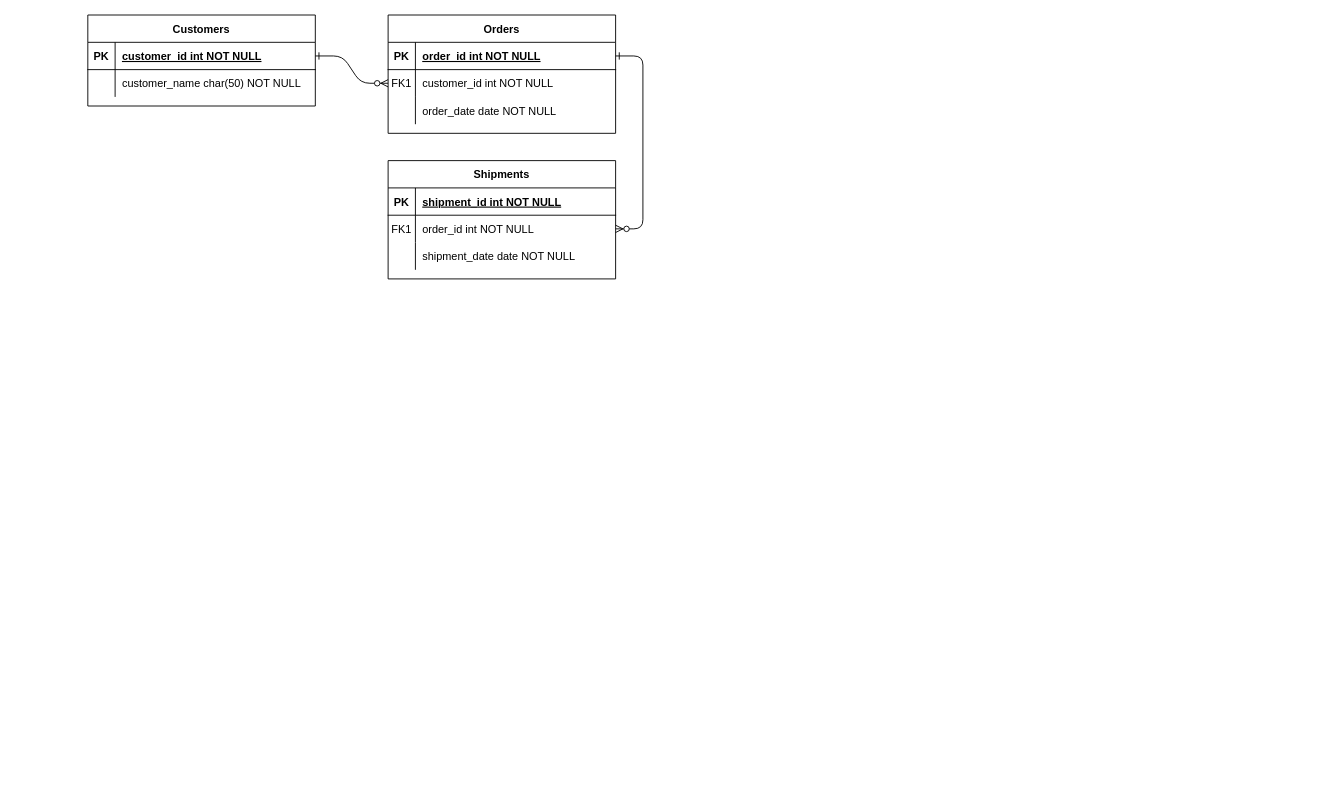
Before: Untitled Diagram.drawio in shabs21/nestjs-RESTAPI, a draw.io diagram. Source tidied: cells renumbered, new cells numbered last; positions are measured from the earlier drawing's top-left corner, leaving out a move shared by most shapes. Both pictures are drawn from the tidied source at 91%, with x=0, y=0 at pixel (87, 15).
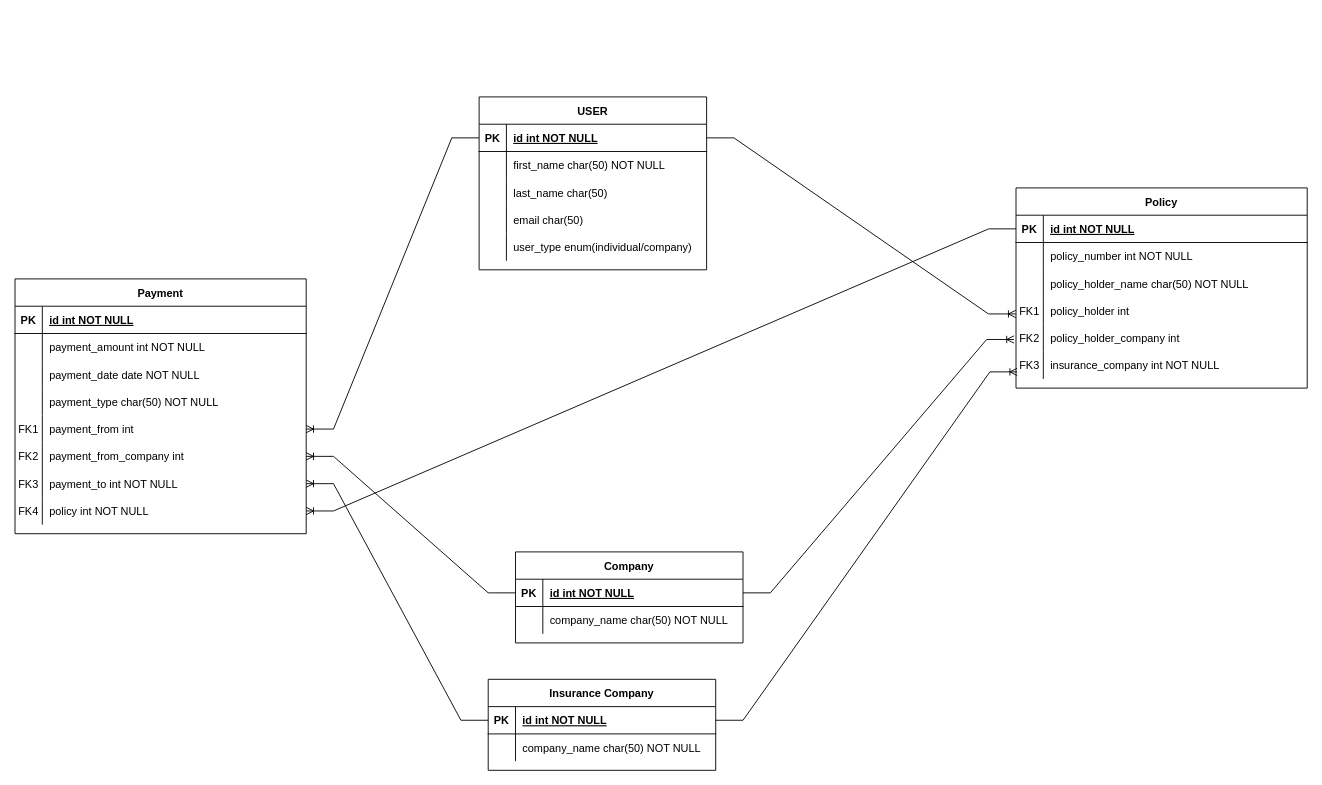
The same diagram, later.

Unchanged cells that the change refers to:
```xml
<mxCell id="5" style="shape=partialRectangle;fillColor=none;points=[[0,0.5],[1,0.5]];portConstraint=eastwest;top=0;left=0;right=0;bottom=1;" parent="4" vertex="1">
  <mxGeometry y="30" width="250" height="30" as="geometry" />
</mxCell>
<mxCell id="8" style="shape=partialRectangle;fillColor=none;points=[[0,0.5],[1,0.5]];portConstraint=eastwest;top=0;left=0;right=0;bottom=0;" parent="4" vertex="1">
  <mxGeometry y="60" width="250" height="30" as="geometry" />
</mxCell>
<mxCell id="25" style="shape=partialRectangle;fillColor=none;points=[[0,0.5],[1,0.5]];portConstraint=eastwest;top=0;left=0;right=0;bottom=1;" parent="24" vertex="1">
  <mxGeometry y="30" width="250" height="30" as="geometry" />
</mxCell>
<mxCell id="28" style="shape=partialRectangle;fillColor=none;top=0;left=0;right=0;bottom=0;" parent="24" vertex="1">
  <mxGeometry y="60" width="250" height="30" as="geometry" />
</mxCell>
```

Diff of the diagram source:
```diff
@@
-    <mxCell id="2" style="edgeStyle=entityRelationEdgeStyle;endArrow=ERzeroToMany;startArrow=ERone;endFill=1;startFill=0;" parent="1" edge="1" source="25" target="8">
-      <mxGeometry relative="1" as="geometry" />
-    </mxCell>
-    <mxCell id="3" style="edgeStyle=entityRelationEdgeStyle;endArrow=ERzeroToMany;startArrow=ERone;endFill=1;startFill=0;" parent="1" edge="1" source="5" target="18">
-      <mxGeometry relative="1" as="geometry" />
-    </mxCell>
-    <mxCell id="4" value="Orders" style="shape=table;startSize=30;childLayout=tableLayout;rowLines=0;fontStyle=1;align=center;" parent="1" vertex="1">
-      <mxGeometry x="330" width="250" height="130" as="geometry" />
+    <mxCell id="4" value="Insurance Company" style="shape=table;startSize=30;childLayout=tableLayout;rowLines=0;fontStyle=1;align=center;" parent="1" vertex="1">
+      <mxGeometry x="440" y="730" width="250" height="100" as="geometry" />
     </mxCell>
@@
-    <mxCell id="7" value="order_id int NOT NULL " style="shape=partialRectangle;overflow=hidden;fillColor=none;top=0;left=0;bottom=0;right=0;align=left;spacingLeft=6;fontStyle=5;" parent="5" vertex="1">
+    <mxCell id="7" value="id int NOT NULL " style="shape=partialRectangle;overflow=hidden;fillColor=none;top=0;left=0;bottom=0;right=0;align=left;spacingLeft=6;fontStyle=5;" parent="5" vertex="1">
       <mxGeometry x="30" width="220" height="30" as="geometry" />
     </mxCell>
@@
-    <mxCell id="9" value="FK1" style="shape=partialRectangle;overflow=hidden;fillColor=none;top=0;left=0;bottom=0;right=0;" parent="8" vertex="1">
+    <mxCell id="9" style="shape=partialRectangle;overflow=hidden;fillColor=none;top=0;left=0;bottom=0;right=0;" parent="8" vertex="1">
       <mxGeometry width="30" height="30" as="geometry" />
     </mxCell>
-    <mxCell id="10" value="customer_id int NOT NULL" style="shape=partialRectangle;overflow=hidden;fillColor=none;top=0;left=0;bottom=0;right=0;align=left;spacingLeft=6;" parent="8" vertex="1">
+    <mxCell id="10" value="company_name char(50) NOT NULL" style="shape=partialRectangle;overflow=hidden;fillColor=none;top=0;left=0;bottom=0;right=0;align=left;spacingLeft=6;" parent="8" vertex="1">
       <mxGeometry x="30" width="220" height="30" as="geometry" />
     </mxCell>
-    <mxCell id="11" style="shape=partialRectangle;fillColor=none;top=0;left=0;right=0;bottom=0;" parent="4" vertex="1">
-      <mxGeometry y="90" width="250" height="30" as="geometry" />
-    </mxCell>
-    <mxCell id="12" style="shape=partialRectangle;overflow=hidden;fillColor=none;top=0;left=0;bottom=0;right=0;" parent="11" vertex="1">
-      <mxGeometry width="30" height="30" as="geometry" />
-    </mxCell>
-    <mxCell id="13" value="order_date date NOT NULL" style="shape=partialRectangle;overflow=hidden;fillColor=none;top=0;left=0;bottom=0;right=0;align=left;spacingLeft=6;" parent="11" vertex="1">
-      <mxGeometry x="30" width="220" height="30" as="geometry" />
-    </mxCell>
-    <mxCell id="14" value="Shipments" style="shape=table;startSize=30;childLayout=tableLayout;rowLines=0;fontStyle=1;align=center;" parent="1" vertex="1">
-      <mxGeometry x="330" y="160" width="250" height="130" as="geometry" />
+    <mxCell id="14" value="Policy" style="shape=table;startSize=30;childLayout=tableLayout;rowLines=0;fontStyle=1;align=center;" parent="1" vertex="1">
+      <mxGeometry x="1020" y="190" width="320" height="220" as="geometry" />
     </mxCell>
     <mxCell id="15" style="shape=partialRectangle;fillColor=none;points=[[0,0.5],[1,0.5]];portConstraint=eastwest;top=0;left=0;right=0;bottom=1;" parent="14" vertex="1">
-      <mxGeometry y="30" width="250" height="30" as="geometry" />
+      <mxGeometry y="30" width="320" height="30" as="geometry" />
     </mxCell>
@@
-    <mxCell id="17" value="shipment_id int NOT NULL " style="shape=partialRectangle;overflow=hidden;fillColor=none;top=0;left=0;bottom=0;right=0;align=left;spacingLeft=6;fontStyle=5;" parent="15" vertex="1">
-      <mxGeometry x="30" width="220" height="30" as="geometry" />
+    <mxCell id="17" value="id int NOT NULL " style="shape=partialRectangle;overflow=hidden;fillColor=none;top=0;left=0;bottom=0;right=0;align=left;spacingLeft=6;fontStyle=5;" parent="15" vertex="1">
+      <mxGeometry x="30" width="290" height="30" as="geometry" />
     </mxCell>
     <mxCell id="18" style="shape=partialRectangle;fillColor=none;points=[[0,0.5],[1,0.5]];portConstraint=eastwest;top=0;left=0;right=0;bottom=0;" parent="14" vertex="1">
-      <mxGeometry y="60" width="250" height="30" as="geometry" />
+      <mxGeometry y="60" width="320" height="30" as="geometry" />
     </mxCell>
-    <mxCell id="19" value="FK1" style="shape=partialRectangle;overflow=hidden;fillColor=none;top=0;left=0;bottom=0;right=0;" parent="18" vertex="1">
+    <mxCell id="19" style="shape=partialRectangle;overflow=hidden;fillColor=none;top=0;left=0;bottom=0;right=0;" parent="18" vertex="1">
       <mxGeometry width="30" height="30" as="geometry" />
     </mxCell>
-    <mxCell id="20" value="order_id int NOT NULL" style="shape=partialRectangle;overflow=hidden;fillColor=none;top=0;left=0;bottom=0;right=0;align=left;spacingLeft=6;" parent="18" vertex="1">
-      <mxGeometry x="30" width="220" height="30" as="geometry" />
+    <mxCell id="20" value="policy_number int NOT NULL" style="shape=partialRectangle;overflow=hidden;fillColor=none;top=0;left=0;bottom=0;right=0;align=left;spacingLeft=6;" parent="18" vertex="1">
+      <mxGeometry x="30" width="290" height="30" as="geometry" />
     </mxCell>
     <mxCell id="21" style="shape=partialRectangle;fillColor=none;top=0;left=0;right=0;bottom=0;" parent="14" vertex="1">
-      <mxGeometry y="90" width="250" height="30" as="geometry" />
+      <mxGeometry y="90" width="320" height="30" as="geometry" />
     </mxCell>
@@
-    <mxCell id="23" value="shipment_date date NOT NULL" style="shape=partialRectangle;overflow=hidden;fillColor=none;top=0;left=0;bottom=0;right=0;align=left;spacingLeft=6;" parent="21" vertex="1">
-      <mxGeometry x="30" width="220" height="30" as="geometry" />
+    <mxCell id="23" value="policy_holder_name char(50) NOT NULL" style="shape=partialRectangle;overflow=hidden;fillColor=none;top=0;left=0;bottom=0;right=0;align=left;spacingLeft=6;" parent="21" vertex="1">
+      <mxGeometry x="30" width="290" height="30" as="geometry" />
     </mxCell>
+    <mxCell id="31" style="shape=partialRectangle;fillColor=none;points=[[0,0.5],[1,0.5]];portConstraint=eastwest;top=0;left=0;right=0;bottom=0;" parent="14" vertex="1">
+      <mxGeometry y="120" width="320" height="30" as="geometry" />
+    </mxCell>
+    <mxCell id="32" value="FK1" style="shape=partialRectangle;overflow=hidden;fillColor=none;top=0;left=0;bottom=0;right=0;" parent="31" vertex="1">
+      <mxGeometry width="30" height="30" as="geometry" />
+    </mxCell>
+    <mxCell id="33" value="policy_holder int" style="shape=partialRectangle;overflow=hidden;fillColor=none;top=0;left=0;bottom=0;right=0;align=left;spacingLeft=6;" parent="31" vertex="1">
+      <mxGeometry x="30" width="290" height="30" as="geometry" />
+    </mxCell>
+    <mxCell id="34" style="shape=partialRectangle;fillColor=none;points=[[0,0.5],[1,0.5]];portConstraint=eastwest;top=0;left=0;right=0;bottom=0;" parent="14" vertex="1">
+      <mxGeometry y="150" width="320" height="30" as="geometry" />
+    </mxCell>
+    <mxCell id="35" value="FK2" style="shape=partialRectangle;overflow=hidden;fillColor=none;top=0;left=0;bottom=0;right=0;" parent="34" vertex="1">
+      <mxGeometry width="30" height="30" as="geometry" />
+    </mxCell>
+    <mxCell id="36" value="policy_holder_company int" style="shape=partialRectangle;overflow=hidden;fillColor=none;top=0;left=0;bottom=0;right=0;align=left;spacingLeft=6;" parent="34" vertex="1">
+      <mxGeometry x="30" width="290" height="30" as="geometry" />
+    </mxCell>
+    <mxCell id="37" style="shape=partialRectangle;fillColor=none;points=[[0,0.5],[1,0.5]];portConstraint=eastwest;top=0;left=0;right=0;bottom=0;" parent="14" vertex="1">
+      <mxGeometry y="180" width="320" height="30" as="geometry" />
+    </mxCell>
+    <mxCell id="38" value="FK3" style="shape=partialRectangle;overflow=hidden;fillColor=none;top=0;left=0;bottom=0;right=0;" parent="37" vertex="1">
+      <mxGeometry width="30" height="30" as="geometry" />
+    </mxCell>
+    <mxCell id="39" value="insurance_company int NOT NULL" style="shape=partialRectangle;overflow=hidden;fillColor=none;top=0;left=0;bottom=0;right=0;align=left;spacingLeft=6;" parent="37" vertex="1">
+      <mxGeometry x="30" width="290" height="30" as="geometry" />
+    </mxCell>
-    <mxCell id="24" value="Customers" style="shape=table;startSize=30;childLayout=tableLayout;rowLines=0;fontStyle=1;align=center;" parent="1" vertex="1">
-      <mxGeometry width="250" height="100" as="geometry" />
+    <mxCell id="24" value="USER" style="shape=table;startSize=30;childLayout=tableLayout;rowLines=0;fontStyle=1;align=center;" parent="1" vertex="1">
+      <mxGeometry x="430" y="90" width="250" height="190" as="geometry" />
     </mxCell>
@@
-    <mxCell id="27" value="customer_id int NOT NULL " style="shape=partialRectangle;overflow=hidden;fillColor=none;top=0;left=0;bottom=0;right=0;align=left;spacingLeft=6;fontStyle=5;" parent="25" vertex="1">
+    <mxCell id="27" value="id int NOT NULL " style="shape=partialRectangle;overflow=hidden;fillColor=none;top=0;left=0;bottom=0;right=0;align=left;spacingLeft=6;fontStyle=5;" parent="25" vertex="1">
       <mxGeometry x="30" width="220" height="30" as="geometry" />
     </mxCell>
@@
-    <mxCell id="30" value="customer_name char(50) NOT NULL" style="shape=partialRectangle;overflow=hidden;fillColor=none;top=0;left=0;bottom=0;right=0;align=left;spacingLeft=6;" parent="28" vertex="1">
+    <mxCell id="30" value="first_name char(50) NOT NULL" style="shape=partialRectangle;overflow=hidden;fillColor=none;top=0;left=0;bottom=0;right=0;align=left;spacingLeft=6;" parent="28" vertex="1">
       <mxGeometry x="30" width="220" height="30" as="geometry" />
     </mxCell>
+    <mxCell id="11" style="shape=partialRectangle;fillColor=none;top=0;left=0;right=0;bottom=0;" parent="24" vertex="1">
+      <mxGeometry y="90" width="250" height="30" as="geometry" />
+    </mxCell>
+    <mxCell id="40" style="shape=partialRectangle;overflow=hidden;fillColor=none;top=0;left=0;bottom=0;right=0;" parent="11" vertex="1">
+      <mxGeometry width="30" height="30" as="geometry" />
+    </mxCell>
+    <mxCell id="41" value="last_name char(50)" style="shape=partialRectangle;overflow=hidden;fillColor=none;top=0;left=0;bottom=0;right=0;align=left;spacingLeft=6;" parent="11" vertex="1">
+      <mxGeometry x="30" width="220" height="30" as="geometry" />
+    </mxCell>
+    <mxCell id="42" style="shape=partialRectangle;fillColor=none;top=0;left=0;right=0;bottom=0;" parent="24" vertex="1">
+      <mxGeometry y="120" width="250" height="30" as="geometry" />
+    </mxCell>
+    <mxCell id="43" style="shape=partialRectangle;overflow=hidden;fillColor=none;top=0;left=0;bottom=0;right=0;" parent="42" vertex="1">
+      <mxGeometry width="30" height="30" as="geometry" />
+    </mxCell>
+    <mxCell id="44" value="email char(50)" style="shape=partialRectangle;overflow=hidden;fillColor=none;top=0;left=0;bottom=0;right=0;align=left;spacingLeft=6;" parent="42" vertex="1">
+      <mxGeometry x="30" width="220" height="30" as="geometry" />
+    </mxCell>
+    <mxCell id="45" style="shape=partialRectangle;fillColor=none;top=0;left=0;right=0;bottom=0;" parent="24" vertex="1">
+      <mxGeometry y="150" width="250" height="30" as="geometry" />
+    </mxCell>
+    <mxCell id="46" style="shape=partialRectangle;overflow=hidden;fillColor=none;top=0;left=0;bottom=0;right=0;" parent="45" vertex="1">
+      <mxGeometry width="30" height="30" as="geometry" />
+    </mxCell>
+    <mxCell id="47" value="user_type enum(individual/company)" style="shape=partialRectangle;overflow=hidden;fillColor=none;top=0;left=0;bottom=0;right=0;align=left;spacingLeft=6;" parent="45" vertex="1">
+      <mxGeometry x="30" width="220" height="30" as="geometry" />
+    </mxCell>
+    <mxCell id="48" value="Company" style="shape=table;startSize=30;childLayout=tableLayout;rowLines=0;fontStyle=1;align=center;" parent="1" vertex="1">
+      <mxGeometry x="470" y="590" width="250" height="100" as="geometry" />
+    </mxCell>
+    <mxCell id="49" style="shape=partialRectangle;fillColor=none;points=[[0,0.5],[1,0.5]];portConstraint=eastwest;top=0;left=0;right=0;bottom=1;" parent="48" vertex="1">
+      <mxGeometry y="30" width="250" height="30" as="geometry" />
+    </mxCell>
+    <mxCell id="50" value="PK" style="shape=partialRectangle;overflow=hidden;fillColor=none;top=0;left=0;bottom=0;right=0;fontStyle=1;" parent="49" vertex="1">
+      <mxGeometry width="30" height="30" as="geometry" />
+    </mxCell>
+    <mxCell id="51" value="id int NOT NULL " style="shape=partialRectangle;overflow=hidden;fillColor=none;top=0;left=0;bottom=0;right=0;align=left;spacingLeft=6;fontStyle=5;" parent="49" vertex="1">
+      <mxGeometry x="30" width="220" height="30" as="geometry" />
+    </mxCell>
+    <mxCell id="52" style="shape=partialRectangle;fillColor=none;top=0;left=0;right=0;bottom=0;" parent="48" vertex="1">
+      <mxGeometry y="60" width="250" height="30" as="geometry" />
+    </mxCell>
+    <mxCell id="53" style="shape=partialRectangle;overflow=hidden;fillColor=none;top=0;left=0;bottom=0;right=0;" parent="52" vertex="1">
+      <mxGeometry width="30" height="30" as="geometry" />
+    </mxCell>
+    <mxCell id="54" value="company_name char(50) NOT NULL" style="shape=partialRectangle;overflow=hidden;fillColor=none;top=0;left=0;bottom=0;right=0;align=left;spacingLeft=6;" parent="52" vertex="1">
+      <mxGeometry x="30" width="220" height="30" as="geometry" />
+    </mxCell>
+    <mxCell id="55" value="Payment" style="shape=table;startSize=30;childLayout=tableLayout;rowLines=0;fontStyle=1;align=center;" parent="1" vertex="1">
+      <mxGeometry x="-80" y="290" width="320" height="280" as="geometry" />
+    </mxCell>
+    <mxCell id="56" style="shape=partialRectangle;fillColor=none;top=0;left=0;right=0;bottom=1;" parent="55" vertex="1">
+      <mxGeometry y="30" width="320" height="30" as="geometry" />
+    </mxCell>
+    <mxCell id="57" value="PK" style="shape=partialRectangle;overflow=hidden;fillColor=none;top=0;left=0;bottom=0;right=0;fontStyle=1;" parent="56" vertex="1">
+      <mxGeometry width="30" height="30" as="geometry" />
+    </mxCell>
+    <mxCell id="58" value="id int NOT NULL " style="shape=partialRectangle;overflow=hidden;fillColor=none;top=0;left=0;bottom=0;right=0;align=left;spacingLeft=6;fontStyle=5;" parent="56" vertex="1">
+      <mxGeometry x="30" width="290" height="30" as="geometry" />
+    </mxCell>
+    <mxCell id="59" style="shape=partialRectangle;fillColor=none;top=0;left=0;right=0;bottom=0;" parent="55" vertex="1">
+      <mxGeometry y="60" width="320" height="30" as="geometry" />
+    </mxCell>
+    <mxCell id="60" style="shape=partialRectangle;overflow=hidden;fillColor=none;top=0;left=0;bottom=0;right=0;" parent="59" vertex="1">
+      <mxGeometry width="30" height="30" as="geometry" />
+    </mxCell>
+    <mxCell id="61" value="payment_amount int NOT NULL" style="shape=partialRectangle;overflow=hidden;fillColor=none;top=0;left=0;bottom=0;right=0;align=left;spacingLeft=6;" parent="59" vertex="1">
+      <mxGeometry x="30" width="290" height="30" as="geometry" />
+    </mxCell>
+    <mxCell id="62" style="shape=partialRectangle;fillColor=none;top=0;left=0;right=0;bottom=0;" parent="55" vertex="1">
+      <mxGeometry y="90" width="320" height="30" as="geometry" />
+    </mxCell>
+    <mxCell id="63" style="shape=partialRectangle;overflow=hidden;fillColor=none;top=0;left=0;bottom=0;right=0;" parent="62" vertex="1">
+      <mxGeometry width="30" height="30" as="geometry" />
+    </mxCell>
+    <mxCell id="64" value="payment_date date NOT NULL" style="shape=partialRectangle;overflow=hidden;fillColor=none;top=0;left=0;bottom=0;right=0;align=left;spacingLeft=6;" parent="62" vertex="1">
+      <mxGeometry x="30" width="290" height="30" as="geometry" />
+    </mxCell>
+    <mxCell id="65" style="shape=partialRectangle;fillColor=none;top=0;left=0;right=0;bottom=0;" parent="55" vertex="1">
+      <mxGeometry y="120" width="320" height="30" as="geometry" />
+    </mxCell>
+    <mxCell id="66" style="shape=partialRectangle;overflow=hidden;fillColor=none;top=0;left=0;bottom=0;right=0;" parent="65" vertex="1">
+      <mxGeometry width="30" height="30" as="geometry" />
+    </mxCell>
+    <mxCell id="67" value="payment_type char(50) NOT NULL" style="shape=partialRectangle;overflow=hidden;fillColor=none;top=0;left=0;bottom=0;right=0;align=left;spacingLeft=6;" parent="65" vertex="1">
+      <mxGeometry x="30" width="290" height="30" as="geometry" />
+    </mxCell>
+    <mxCell id="68" style="shape=partialRectangle;fillColor=none;points=[[0,0.5],[1,0.5]];portConstraint=eastwest;top=0;left=0;right=0;bottom=0;" parent="55" vertex="1">
+      <mxGeometry y="150" width="320" height="30" as="geometry" />
+    </mxCell>
+    <mxCell id="69" value="FK1" style="shape=partialRectangle;overflow=hidden;fillColor=none;top=0;left=0;bottom=0;right=0;" parent="68" vertex="1">
+      <mxGeometry width="30" height="30" as="geometry" />
+    </mxCell>
+    <mxCell id="70" value="payment_from int" style="shape=partialRectangle;overflow=hidden;fillColor=none;top=0;left=0;bottom=0;right=0;align=left;spacingLeft=6;" parent="68" vertex="1">
+      <mxGeometry x="30" width="290" height="30" as="geometry" />
+    </mxCell>
+    <mxCell id="71" style="shape=partialRectangle;fillColor=none;points=[[0,0.5],[1,0.5]];portConstraint=eastwest;top=0;left=0;right=0;bottom=0;" parent="55" vertex="1">
+      <mxGeometry y="180" width="320" height="30" as="geometry" />
+    </mxCell>
+    <mxCell id="72" value="FK2" style="shape=partialRectangle;overflow=hidden;fillColor=none;top=0;left=0;bottom=0;right=0;" parent="71" vertex="1">
+      <mxGeometry width="30" height="30" as="geometry" />
+    </mxCell>
+    <mxCell id="73" value="payment_from_company int" style="shape=partialRectangle;overflow=hidden;fillColor=none;top=0;left=0;bottom=0;right=0;align=left;spacingLeft=6;" parent="71" vertex="1">
+      <mxGeometry x="30" width="290" height="30" as="geometry" />
+    </mxCell>
+    <mxCell id="74" style="shape=partialRectangle;fillColor=none;points=[[0,0.5],[1,0.5]];portConstraint=eastwest;top=0;left=0;right=0;bottom=0;" parent="55" vertex="1">
+      <mxGeometry y="210" width="320" height="30" as="geometry" />
+    </mxCell>
+    <mxCell id="75" value="FK3" style="shape=partialRectangle;overflow=hidden;fillColor=none;top=0;left=0;bottom=0;right=0;" parent="74" vertex="1">
+      <mxGeometry width="30" height="30" as="geometry" />
+    </mxCell>
+    <mxCell id="76" value="payment_to int NOT NULL" style="shape=partialRectangle;overflow=hidden;fillColor=none;top=0;left=0;bottom=0;right=0;align=left;spacingLeft=6;" parent="74" vertex="1">
+      <mxGeometry x="30" width="290" height="30" as="geometry" />
+    </mxCell>
+    <mxCell id="77" style="shape=partialRectangle;fillColor=none;points=[[0,0.5],[1,0.5]];portConstraint=eastwest;top=0;left=0;right=0;bottom=0;" parent="55" vertex="1">
+      <mxGeometry y="240" width="320" height="30" as="geometry" />
+    </mxCell>
+    <mxCell id="78" value="FK4" style="shape=partialRectangle;overflow=hidden;fillColor=none;top=0;left=0;bottom=0;right=0;" parent="77" vertex="1">
+      <mxGeometry width="30" height="30" as="geometry" />
+    </mxCell>
+    <mxCell id="79" value="policy int NOT NULL" style="shape=partialRectangle;overflow=hidden;fillColor=none;top=0;left=0;bottom=0;right=0;align=left;spacingLeft=6;" parent="77" vertex="1">
+      <mxGeometry x="30" width="290" height="30" as="geometry" />
+    </mxCell>
+    <mxCell id="80" style="edgeStyle=entityRelationEdgeStyle;fontSize=12;html=1;endArrow=ERoneToMany;rounded=0;entryX=-0.007;entryY=0.552;entryDx=0;entryDy=0;entryPerimeter=0;" parent="1" edge="1" source="49" target="34">
+      <mxGeometry relative="1" as="geometry">
+        <Array as="points">
+          <mxPoint x="520" y="360" />
+          <mxPoint x="560" y="310" />
+          <mxPoint x="640" y="330" />
+          <mxPoint x="530" y="320" />
+        </Array>
+      </mxGeometry>
+    </mxCell>
+    <mxCell id="81" style="edgeStyle=entityRelationEdgeStyle;fontSize=12;html=1;endArrow=ERoneToMany;rounded=0;entryX=-0.001;entryY=0.616;entryDx=0;entryDy=0;entryPerimeter=0;exitX=1;exitY=0.5;exitDx=0;exitDy=0;" parent="1" edge="1" source="25" target="31">
+      <mxGeometry relative="1" as="geometry" />
+    </mxCell>
+    <mxCell id="82" style="edgeStyle=entityRelationEdgeStyle;fontSize=12;html=1;endArrow=ERoneToMany;rounded=0;entryX=0.004;entryY=0.739;entryDx=0;entryDy=0;entryPerimeter=0;exitX=1;exitY=0.5;exitDx=0;exitDy=0;" parent="1" edge="1" source="5" target="37">
+      <mxGeometry relative="1" as="geometry" />
+    </mxCell>
+    <mxCell id="83" style="edgeStyle=entityRelationEdgeStyle;fontSize=12;html=1;endArrow=ERoneToMany;rounded=0;exitX=0;exitY=0.5;exitDx=0;exitDy=0;entryX=1;entryY=0.5;entryDx=0;entryDy=0;" parent="1" edge="1" source="25" target="68">
+      <mxGeometry relative="1" as="geometry" />
+    </mxCell>
+    <mxCell id="84" style="edgeStyle=entityRelationEdgeStyle;fontSize=12;html=1;endArrow=ERoneToMany;rounded=0;entryX=1;entryY=0.5;entryDx=0;entryDy=0;exitX=0;exitY=0.5;exitDx=0;exitDy=0;" parent="1" edge="1" source="49" target="71">
+      <mxGeometry relative="1" as="geometry" />
+    </mxCell>
+    <mxCell id="85" style="edgeStyle=entityRelationEdgeStyle;fontSize=12;html=1;endArrow=ERoneToMany;rounded=0;exitX=0;exitY=0.5;exitDx=0;exitDy=0;entryX=1;entryY=0.5;entryDx=0;entryDy=0;" parent="1" edge="1" source="5" target="74">
+      <mxGeometry relative="1" as="geometry" />
+    </mxCell>
+    <mxCell id="86" style="edgeStyle=entityRelationEdgeStyle;fontSize=12;html=1;endArrow=ERoneToMany;rounded=0;entryX=1;entryY=0.5;entryDx=0;entryDy=0;exitX=0;exitY=0.5;exitDx=0;exitDy=0;" parent="1" edge="1" source="15" target="77">
+      <mxGeometry relative="1" as="geometry" />
+    </mxCell>
```
